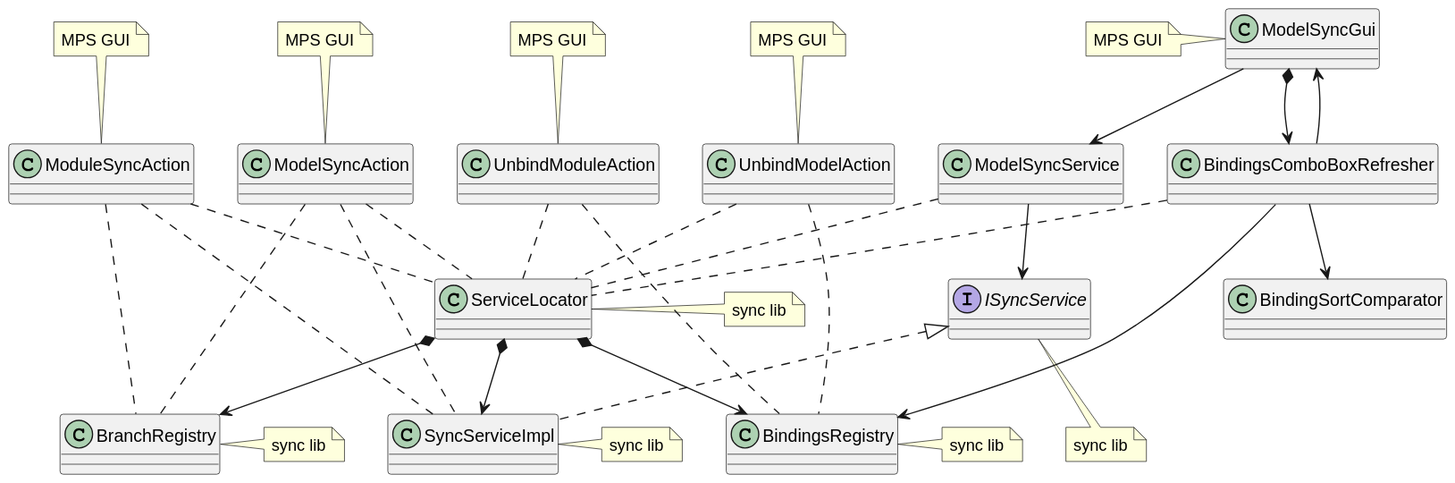
Before: docs/mps-sync-plugin/diagrams/Plugin-GUI-Sync-Lib-Integration/Plugin-GUI-Sync-Lib-Integration.svg, a diagram exported from PlantUML (modelix/modelix.mps-plugins).
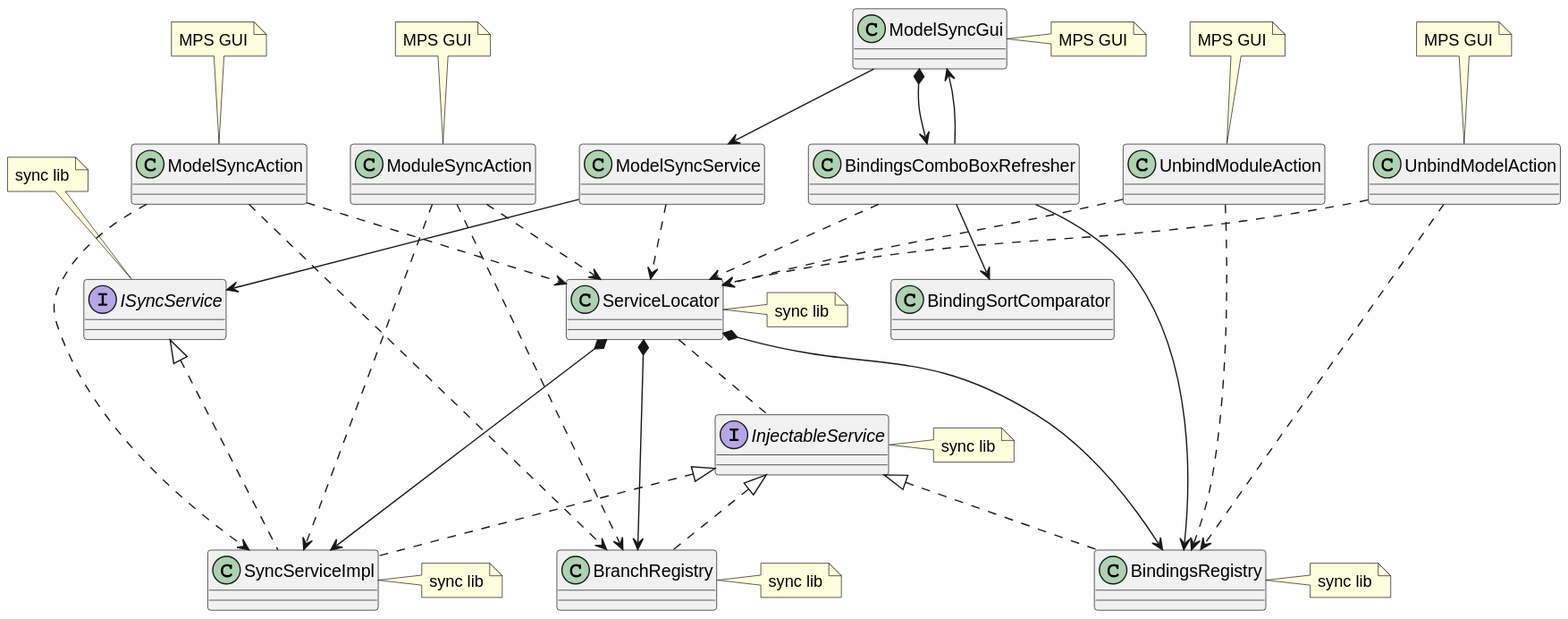
The same file after the commit.

Commit message:
docs(mps-sync-plugin): Add 'Plugin State Persistence and Restore' figure

The edit, as a diff of the source:
```diff
@@ -17,36 +17,43 @@
 class "UnbindModelAction" as unbindModelAction
 class "UnbindModuleAction" as unbindModuleAction
 
+interface "InjectableService" as injectableService
+
 iSyncService <|.. syncServiceImpl
+injectableService <|.. syncServiceImpl
+injectableService <|.. bindingsRegistry
+injectableService <|.. branchRegistry
+
 serviceLocator *--> syncServiceImpl
 serviceLocator *--> bindingsRegistry
 serviceLocator *--> branchRegistry
+serviceLocator .. injectableService
 
 modelSyncGui --> modelSyncService
-modelSyncService .. serviceLocator
+modelSyncService ..> serviceLocator
 modelSyncService --> iSyncService
 
 modelSyncGui *--> bindingsComboBoxRefresher
 bindingsComboBoxRefresher --> modelSyncGui
-bindingsComboBoxRefresher .. serviceLocator
+bindingsComboBoxRefresher ..> serviceLocator
 bindingsComboBoxRefresher --> bindingsRegistry
 bindingsComboBoxRefresher --> bindingsSortComparator
 
-modelSyncAction .. serviceLocator
-modelSyncAction .. branchRegistry
-modelSyncAction .. syncServiceImpl
+modelSyncAction ..> serviceLocator
+modelSyncAction ..> branchRegistry
+modelSyncAction ..> syncServiceImpl
 
-moduleSyncAction .. serviceLocator
-moduleSyncAction .. branchRegistry
-moduleSyncAction .. syncServiceImpl
+moduleSyncAction ..> serviceLocator
+moduleSyncAction ..> branchRegistry
+moduleSyncAction ..> syncServiceImpl
 
-unbindModelAction .. serviceLocator
-unbindModelAction .. bindingsRegistry
+unbindModelAction ..> serviceLocator
+unbindModelAction ..> bindingsRegistry
 
-unbindModuleAction .. serviceLocator
-unbindModuleAction .. bindingsRegistry
+unbindModuleAction ..> serviceLocator
+unbindModuleAction ..> bindingsRegistry
 
-note left of modelSyncGui: MPS GUI
+note right of modelSyncGui: MPS GUI
 note top of modelSyncAction: MPS GUI
 note top of moduleSyncAction: MPS GUI
 note top of unbindModelAction: MPS GUI
@@ -56,5 +63,6 @@
 note right of serviceLocator: sync lib
 note right of branchRegistry: sync lib
 note right of bindingsRegistry: sync lib
-note bottom of iSyncService: sync lib
+note top of iSyncService: sync lib
+note right of injectableService: sync lib
 @enduml
```
